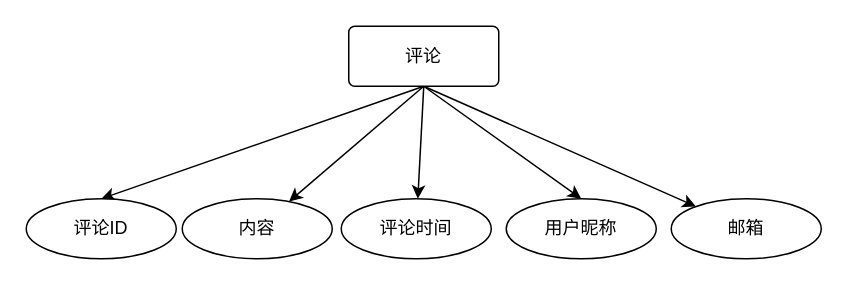
Above: 管理员实体属性图.drawio in zyl-2000/draw (draw.io), before the change. Source tidied: cells renumbered, new cells numbered last; positions are measured from the earlier drawing's top-left corner, leaving out a move shared by most shapes. Both pictures are drawn from the tidied source at 150%, with x=0, y=0 at pixel (26, 26).
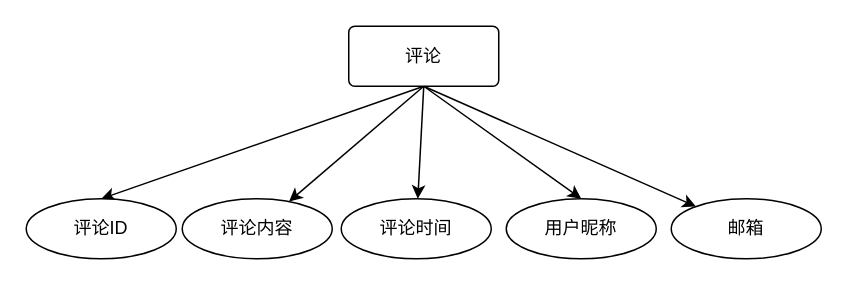
Above is the later version.

Commit message (it also covers changes not shown here):
更新管理员实体属性图.drawio

The edit, as a diff of the source:
```diff
@@
 <mxGraphModel>
   <root>
     <mxCell id="0" />
     <mxCell id="1" parent="0" />
     <mxCell id="2" style="rounded=0;jettySize=auto;html=1;exitX=0.5;exitY=1;exitDx=0;exitDy=0;entryX=0.5;entryY=0;entryDx=0;entryDy=0;" parent="1" edge="1" source="7" target="8">
       <mxGeometry relative="1" as="geometry" />
     </mxCell>
     <mxCell id="3" style="rounded=0;jettySize=auto;html=1;exitX=0.5;exitY=1;exitDx=0;exitDy=0;" parent="1" edge="1" source="7" target="9">
       <mxGeometry relative="1" as="geometry" />
     </mxCell>
     <mxCell id="4" style="rounded=0;jettySize=auto;html=1;exitX=0.5;exitY=1;exitDx=0;exitDy=0;" parent="1" edge="1" source="7" target="10">
       <mxGeometry relative="1" as="geometry" />
     </mxCell>
     <mxCell id="5" style="rounded=0;jettySize=auto;html=1;exitX=0.5;exitY=1;exitDx=0;exitDy=0;entryX=0.5;entryY=0;entryDx=0;entryDy=0;" parent="1" edge="1" source="7" target="11">
       <mxGeometry relative="1" as="geometry" />
     </mxCell>
     <mxCell id="6" style="rounded=0;jettySize=auto;html=1;exitX=0.5;exitY=1;exitDx=0;exitDy=0;" parent="1" edge="1" source="7" target="12">
       <mxGeometry relative="1" as="geometry" />
     </mxCell>
     <mxCell id="7" value="评论" style="rounded=1;arcSize=10;whiteSpace=wrap;html=1;align=center;" parent="1" vertex="1">
       <mxGeometry x="215" width="100" height="40" as="geometry" />
     </mxCell>
     <mxCell id="8" value="评论ID" style="ellipse;whiteSpace=wrap;html=1;align=center;" parent="1" vertex="1">
       <mxGeometry y="115" width="100" height="40" as="geometry" />
     </mxCell>
-    <mxCell id="9" value="内容" style="ellipse;whiteSpace=wrap;html=1;align=center;" parent="1" vertex="1">
+    <mxCell id="9" value="评论内容" style="ellipse;whiteSpace=wrap;html=1;align=center;" parent="1" vertex="1">
       <mxGeometry x="104" y="115" width="100" height="40" as="geometry" />
     </mxCell>
     <mxCell id="10" value="评论时间" style="ellipse;whiteSpace=wrap;html=1;align=center;" parent="1" vertex="1">
       <mxGeometry x="210" y="115" width="100" height="40" as="geometry" />
     </mxCell>
     <mxCell id="11" value="用户昵称" style="ellipse;whiteSpace=wrap;html=1;align=center;" parent="1" vertex="1">
       <mxGeometry x="320" y="115" width="100" height="40" as="geometry" />
     </mxCell>
     <mxCell id="12" value="邮箱" style="ellipse;whiteSpace=wrap;html=1;align=center;" parent="1" vertex="1">
       <mxGeometry x="430" y="115" width="100" height="40" as="geometry" />
     </mxCell>
   </root>
 </mxGraphModel>
```
